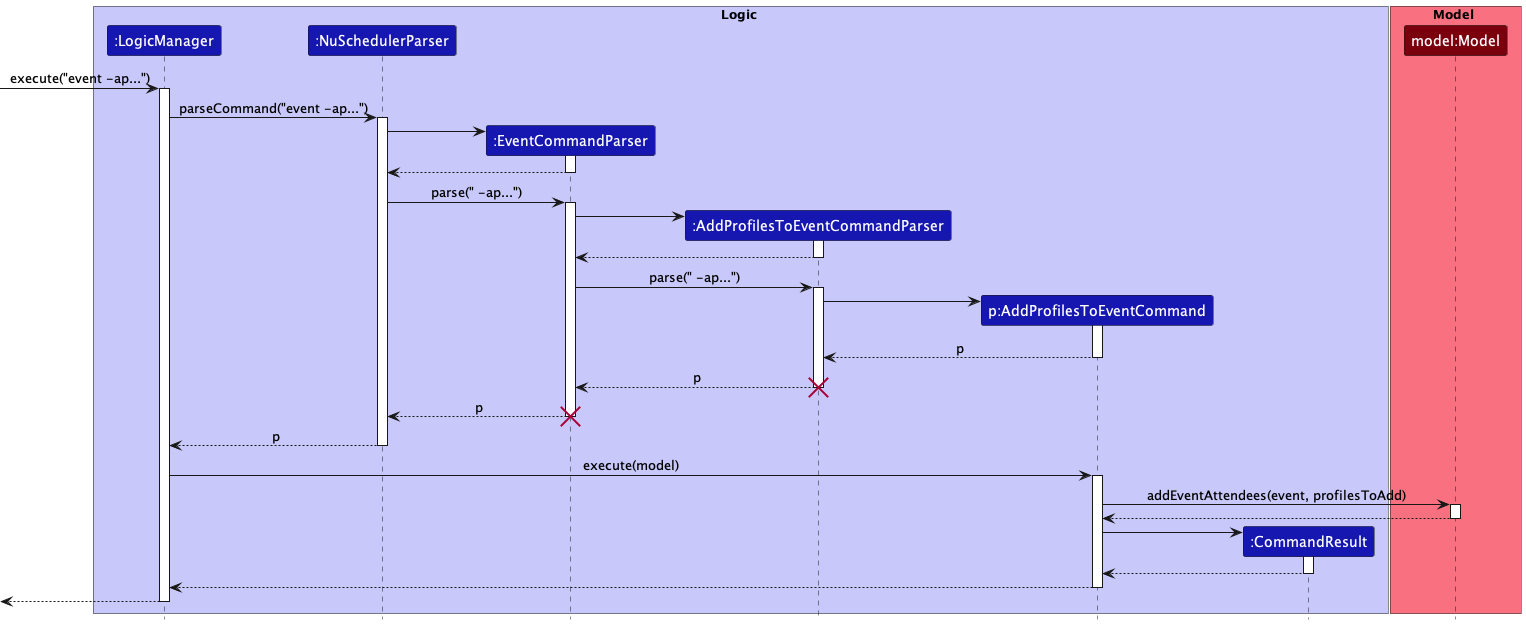
The PlantUML diagram docs/images/AddAttendeesSequenceDiagram.png in nus-cs2103-AY2223S1/tp, before a commit.
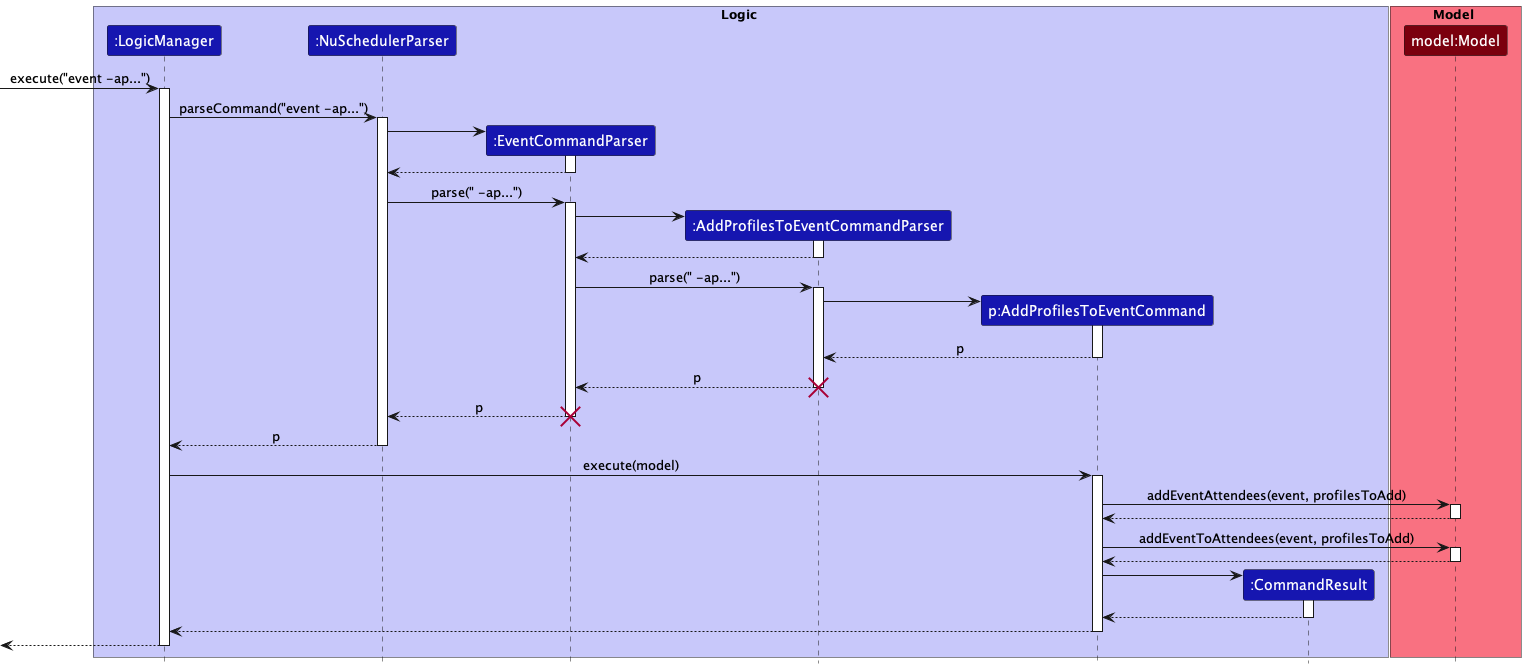
The same file after the commit.

Commit message:
Update sequence diagram

What changed in the source:
```diff
@@ -39,6 +39,8 @@
 logicManager -> AddProfilesToEventCommand ++: execute(model)
 AddProfilesToEventCommand -> model ++: addEventAttendees(event, profilesToAdd)
 return
+AddProfilesToEventCommand -> model ++: addEventToAttendees(event, profilesToAdd)
+return
 
 create commandResult
 AddProfilesToEventCommand -> commandResult++
```
